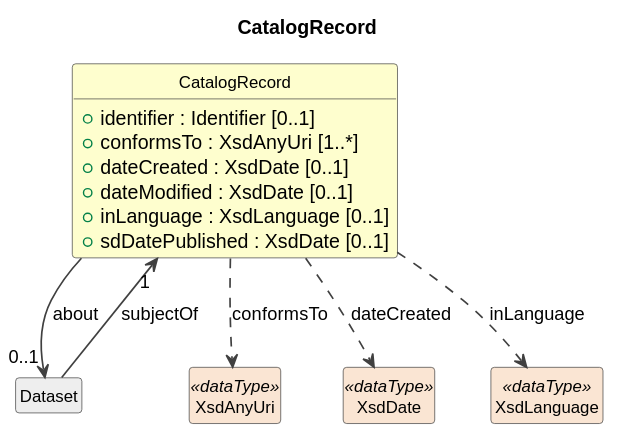
Cross-Domain-Interoperability-Framework/metadataBuildingBlocks keeps this PlantUML diagram as cdif-uml-model/CDIFDiscovery/Classes/CatalogRecord.svg. Above is the earlier version. Its diagram source:
```plantuml
@startuml
title CatalogRecord
hide circle
hide empty members
skinparam shadowing false
skinparam ArrowThickness 1.2
skinparam class {
  ArrowColor #404040
  BorderColor #404040
  FontSize 12
}

class "CatalogRecord" as CatalogRecord #FEFECE {
  +identifier : Identifier [0..1]
  +conformsTo : XsdAnyUri [1..*]
  +dateCreated : XsdDate [0..1]
  +dateModified : XsdDate [0..1]
  +inLanguage : XsdLanguage [0..1]
  +sdDatePublished : XsdDate [0..1]
}
class "Dataset" as Dataset #EEEEEE
Dataset --> "1" CatalogRecord : subjectOf
CatalogRecord --> "0..1" Dataset : about
class "XsdAnyUri" as XsdAnyUri <<dataType>> #FAE5D3
CatalogRecord ..> XsdAnyUri : conformsTo
class "XsdDate" as XsdDate <<dataType>> #FAE5D3
CatalogRecord ..> XsdDate : dateCreated
class "XsdLanguage" as XsdLanguage <<dataType>> #FAE5D3
CatalogRecord ..> XsdLanguage : inLanguage
@enduml
```
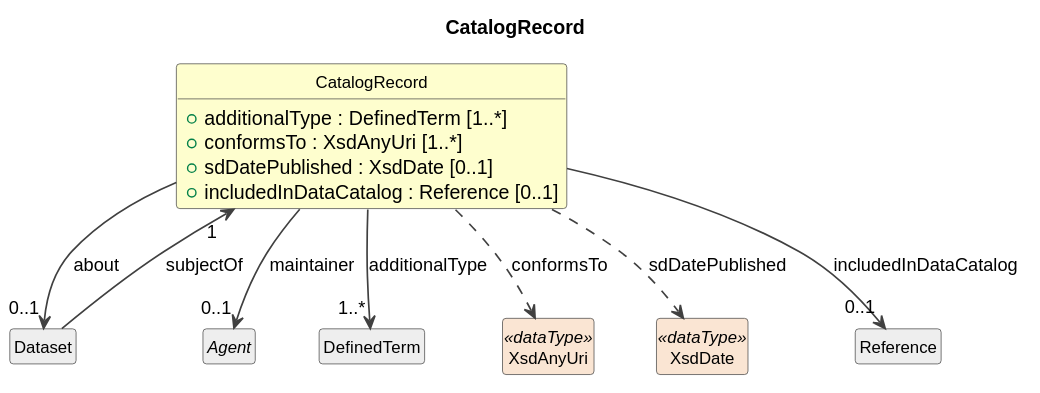
The same diagram one commit later.

The edit, as a diff of the source:
```diff
@@ -11,20 +11,22 @@
 }
 
 class "CatalogRecord" as CatalogRecord #FEFECE {
-  +identifier : Identifier [0..1]
+  +additionalType : DefinedTerm [1..*]
   +conformsTo : XsdAnyUri [1..*]
-  +dateCreated : XsdDate [0..1]
-  +dateModified : XsdDate [0..1]
-  +inLanguage : XsdLanguage [0..1]
   +sdDatePublished : XsdDate [0..1]
+  +includedInDataCatalog : Reference [0..1]
 }
 class "Dataset" as Dataset #EEEEEE
 Dataset --> "1" CatalogRecord : subjectOf
 CatalogRecord --> "0..1" Dataset : about
+abstract class "Agent" as Agent #EEEEEE
+CatalogRecord --> "0..1" Agent : maintainer
+class "DefinedTerm" as DefinedTerm #EEEEEE
+CatalogRecord --> "1..*" DefinedTerm : additionalType
 class "XsdAnyUri" as XsdAnyUri <<dataType>> #FAE5D3
 CatalogRecord ..> XsdAnyUri : conformsTo
 class "XsdDate" as XsdDate <<dataType>> #FAE5D3
-CatalogRecord ..> XsdDate : dateCreated
-class "XsdLanguage" as XsdLanguage <<dataType>> #FAE5D3
-CatalogRecord ..> XsdLanguage : inLanguage
+CatalogRecord ..> XsdDate : sdDatePublished
+class "Reference" as Reference #EEEEEE
+CatalogRecord --> "0..1" Reference : includedInDataCatalog
 @enduml
```
